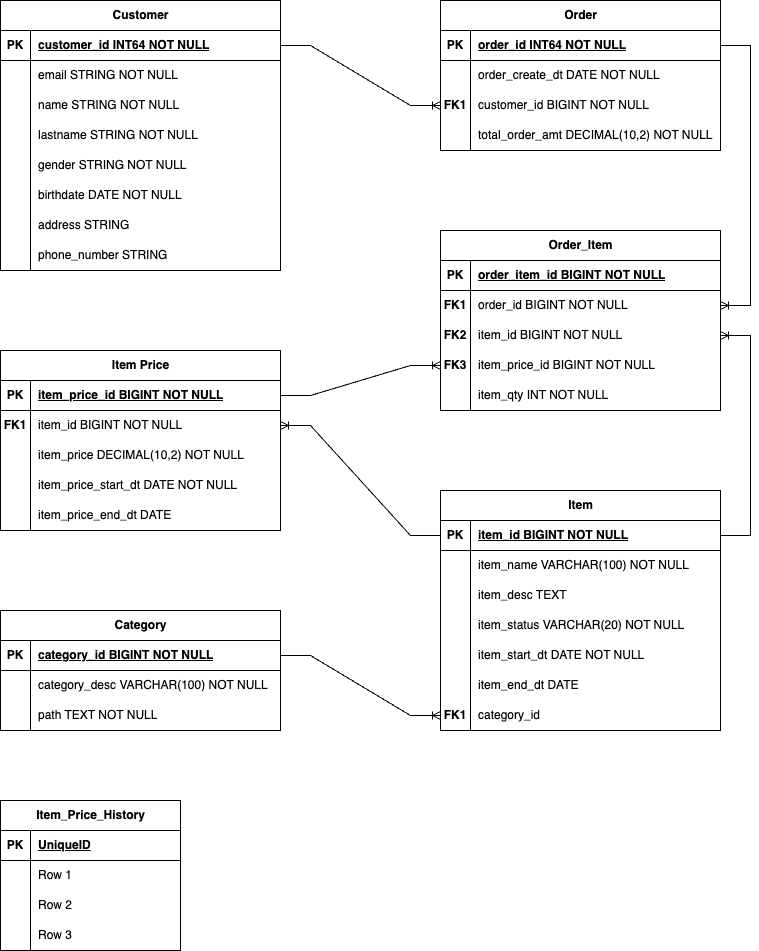
The draw.io diagram der_flujo_compras.drawio.png in NicOliveto/challenge_analytics_engineer_sql, before a commit. Source tidied: cells renumbered, new cells last; positions are measured from the earlier drawing's top-left corner, leaving out a move shared by most shapes.
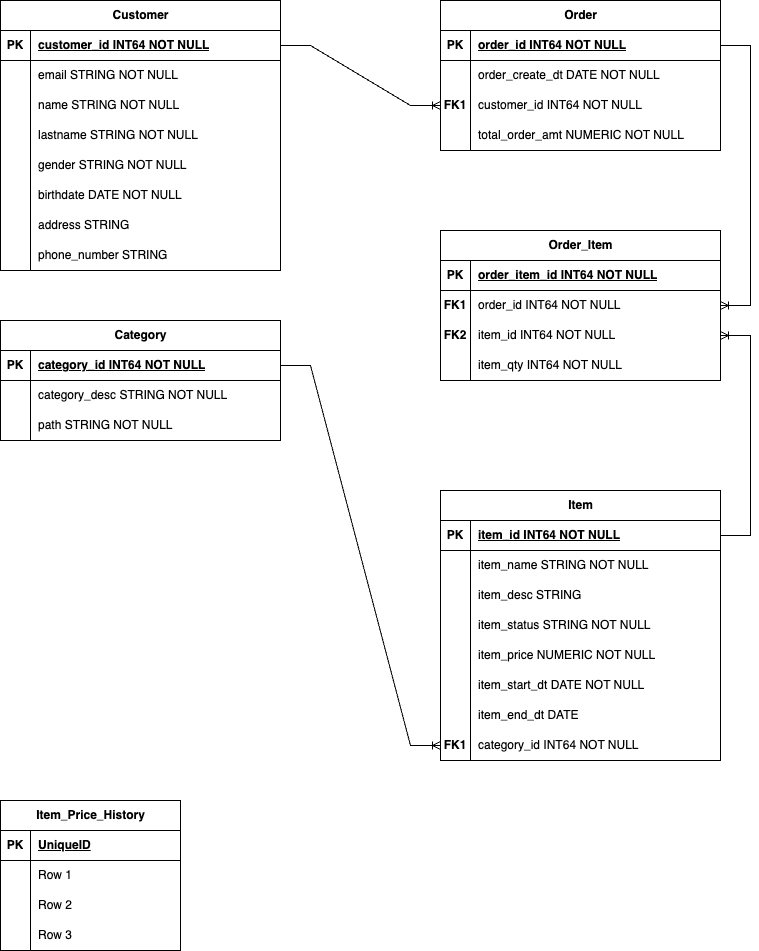
After the change.

Diff of the diagram source:
```diff
@@ -80,3 +80,3 @@
     <mxCell id="27" value="Item" style="shape=table;startSize=30;rowLines=0;fontStyle=1;align=center;html=1;" parent="1" vertex="1">
-      <mxGeometry x="440" y="490" width="280" height="240" as="geometry" />
+      <mxGeometry x="440" y="490" width="280" height="270" as="geometry" />
     </mxCell>
@@ -88,3 +88,3 @@
     </mxCell>
-    <mxCell id="30" value="item_id BIGINT NOT NULL" style="shape=partialRectangle;fillColor=none;top=0;left=0;bottom=0;right=0;align=left;spacingLeft=6;fontStyle=5;overflow=hidden;whiteSpace=wrap;html=1;" parent="28" vertex="1">
+    <mxCell id="30" value="item_id INT64 NOT NULL" style="shape=partialRectangle;fillColor=none;top=0;left=0;bottom=0;right=0;align=left;spacingLeft=6;fontStyle=5;overflow=hidden;whiteSpace=wrap;html=1;" parent="28" vertex="1">
       <mxGeometry x="30" width="250" height="30" as="geometry" />
@@ -97,3 +97,3 @@
     </mxCell>
-    <mxCell id="33" value="item_name VARCHAR(100) NOT NULL" style="shape=partialRectangle;fillColor=none;top=0;left=0;bottom=0;right=0;align=left;spacingLeft=6;overflow=hidden;whiteSpace=wrap;html=1;" parent="31" vertex="1">
+    <mxCell id="33" value="item_name STRING NOT NULL" style="shape=partialRectangle;fillColor=none;top=0;left=0;bottom=0;right=0;align=left;spacingLeft=6;overflow=hidden;whiteSpace=wrap;html=1;" parent="31" vertex="1">
       <mxGeometry x="30" width="250" height="30" as="geometry" />
@@ -106,3 +106,3 @@
     </mxCell>
-    <mxCell id="36" value="item_desc TEXT&amp;nbsp;" style="shape=partialRectangle;fillColor=none;top=0;left=0;bottom=0;right=0;align=left;spacingLeft=6;overflow=hidden;whiteSpace=wrap;html=1;" parent="34" vertex="1">
+    <mxCell id="36" value="item_desc STRING&amp;nbsp;" style="shape=partialRectangle;fillColor=none;top=0;left=0;bottom=0;right=0;align=left;spacingLeft=6;overflow=hidden;whiteSpace=wrap;html=1;" parent="34" vertex="1">
       <mxGeometry x="30" width="250" height="30" as="geometry" />
@@ -115,7 +115,16 @@
     </mxCell>
-    <mxCell id="39" value="item_status VARCHAR(20) NOT NULL" style="shape=partialRectangle;fillColor=none;top=0;left=0;bottom=0;right=0;align=left;spacingLeft=6;overflow=hidden;whiteSpace=wrap;html=1;" parent="37" vertex="1">
+    <mxCell id="39" value="item_status STRING NOT NULL" style="shape=partialRectangle;fillColor=none;top=0;left=0;bottom=0;right=0;align=left;spacingLeft=6;overflow=hidden;whiteSpace=wrap;html=1;" parent="37" vertex="1">
       <mxGeometry x="30" width="250" height="30" as="geometry" />
     </mxCell>
+    <mxCell id="101" style="shape=tableRow;horizontal=0;startSize=0;swimlaneHead=0;swimlaneBody=0;fillColor=none;top=0;left=0;right=0;bottom=0;" parent="27" vertex="1">
+      <mxGeometry y="150" width="280" height="30" as="geometry" />
+    </mxCell>
+    <mxCell id="123" style="shape=partialRectangle;fillColor=none;top=0;left=0;bottom=0;right=0;overflow=hidden;whiteSpace=wrap;html=1;" parent="101" vertex="1">
+      <mxGeometry width="30" height="30" as="geometry" />
+    </mxCell>
+    <mxCell id="124" value="item_price NUMERIC NOT NULL" style="shape=partialRectangle;fillColor=none;top=0;left=0;bottom=0;right=0;align=left;spacingLeft=6;overflow=hidden;whiteSpace=wrap;html=1;" parent="101" vertex="1">
+      <mxGeometry x="30" width="250" height="30" as="geometry" />
+    </mxCell>
     <mxCell id="40" style="shape=tableRow;horizontal=0;startSize=0;swimlaneHead=0;swimlaneBody=0;fillColor=none;top=0;left=0;right=0;bottom=0;" parent="27" vertex="1">
-      <mxGeometry y="150" width="280" height="30" as="geometry" />
+      <mxGeometry y="180" width="280" height="30" as="geometry" />
     </mxCell>
@@ -128,3 +137,3 @@
     <mxCell id="43" style="shape=tableRow;horizontal=0;startSize=0;swimlaneHead=0;swimlaneBody=0;fillColor=none;top=0;left=0;right=0;bottom=0;" parent="27" vertex="1">
-      <mxGeometry y="180" width="280" height="30" as="geometry" />
+      <mxGeometry y="210" width="280" height="30" as="geometry" />
     </mxCell>
@@ -137,3 +146,3 @@
     <mxCell id="46" style="shape=tableRow;horizontal=0;startSize=0;swimlaneHead=0;swimlaneBody=0;fillColor=none;points=[[0,0.5],[1,0.5]];portConstraint=eastwest;top=0;left=0;right=0;bottom=0;" parent="27" vertex="1">
-      <mxGeometry y="210" width="280" height="30" as="geometry" />
+      <mxGeometry y="240" width="280" height="30" as="geometry" />
     </mxCell>
@@ -142,3 +151,3 @@
     </mxCell>
-    <mxCell id="48" value="category_id" style="shape=partialRectangle;fillColor=none;top=0;left=0;bottom=0;right=0;align=left;spacingLeft=6;overflow=hidden;whiteSpace=wrap;html=1;" parent="46" vertex="1">
+    <mxCell id="48" value="category_id INT64 NOT NULL" style="shape=partialRectangle;fillColor=none;top=0;left=0;bottom=0;right=0;align=left;spacingLeft=6;overflow=hidden;whiteSpace=wrap;html=1;" parent="46" vertex="1">
       <mxGeometry x="30" width="250" height="30" as="geometry" />
@@ -146,3 +155,3 @@
     <mxCell id="49" value="Category" style="shape=table;startSize=30;rowLines=0;fontStyle=1;align=center;html=1;" parent="1" vertex="1">
-      <mxGeometry y="610" width="280" height="120" as="geometry" />
+      <mxGeometry y="320" width="280" height="120" as="geometry" />
     </mxCell>
@@ -154,3 +163,3 @@
     </mxCell>
-    <mxCell id="52" value="category_id BIGINT NOT NULL" style="shape=partialRectangle;fillColor=none;top=0;left=0;bottom=0;right=0;align=left;spacingLeft=6;fontStyle=5;overflow=hidden;whiteSpace=wrap;html=1;" parent="50" vertex="1">
+    <mxCell id="52" value="category_id INT64 NOT NULL" style="shape=partialRectangle;fillColor=none;top=0;left=0;bottom=0;right=0;align=left;spacingLeft=6;fontStyle=5;overflow=hidden;whiteSpace=wrap;html=1;" parent="50" vertex="1">
       <mxGeometry x="30" width="250" height="30" as="geometry" />
@@ -163,3 +172,3 @@
     </mxCell>
-    <mxCell id="55" value="category_desc VARCHAR(100) NOT NULL" style="shape=partialRectangle;fillColor=none;top=0;left=0;bottom=0;right=0;align=left;spacingLeft=6;overflow=hidden;whiteSpace=wrap;html=1;" parent="53" vertex="1">
+    <mxCell id="55" value="category_desc STRING NOT NULL" style="shape=partialRectangle;fillColor=none;top=0;left=0;bottom=0;right=0;align=left;spacingLeft=6;overflow=hidden;whiteSpace=wrap;html=1;" parent="53" vertex="1">
       <mxGeometry x="30" width="250" height="30" as="geometry" />
@@ -172,3 +181,3 @@
     </mxCell>
-    <mxCell id="58" value="path TEXT NOT NULL" style="shape=partialRectangle;fillColor=none;top=0;left=0;bottom=0;right=0;align=left;spacingLeft=6;overflow=hidden;whiteSpace=wrap;html=1;" parent="56" vertex="1">
+    <mxCell id="58" value="path STRING NOT NULL" style="shape=partialRectangle;fillColor=none;top=0;left=0;bottom=0;right=0;align=left;spacingLeft=6;overflow=hidden;whiteSpace=wrap;html=1;" parent="56" vertex="1">
       <mxGeometry x="30" width="250" height="30" as="geometry" />
@@ -202,3 +211,3 @@
     </mxCell>
-    <mxCell id="68" value="customer_id BIGINT NOT NULL" style="shape=partialRectangle;fillColor=none;top=0;left=0;bottom=0;right=0;align=left;spacingLeft=6;overflow=hidden;whiteSpace=wrap;html=1;" parent="66" vertex="1">
+    <mxCell id="68" value="customer_id INT64 NOT NULL" style="shape=partialRectangle;fillColor=none;top=0;left=0;bottom=0;right=0;align=left;spacingLeft=6;overflow=hidden;whiteSpace=wrap;html=1;" parent="66" vertex="1">
       <mxGeometry x="30" width="250" height="30" as="geometry" />
@@ -211,3 +220,3 @@
     </mxCell>
-    <mxCell id="71" value="total_order_amt DECIMAL(10,2) NOT NULL" style="shape=partialRectangle;fillColor=none;top=0;left=0;bottom=0;right=0;align=left;spacingLeft=6;overflow=hidden;whiteSpace=wrap;html=1;" parent="69" vertex="1">
+    <mxCell id="71" value="total_order_amt NUMERIC NOT NULL" style="shape=partialRectangle;fillColor=none;top=0;left=0;bottom=0;right=0;align=left;spacingLeft=6;overflow=hidden;whiteSpace=wrap;html=1;" parent="69" vertex="1">
       <mxGeometry x="30" width="250" height="30" as="geometry" />
@@ -215,3 +224,3 @@
     <mxCell id="72" value="Order_Item" style="shape=table;startSize=30;rowLines=0;fontStyle=1;align=center;html=1;" parent="1" vertex="1">
-      <mxGeometry x="440" y="230" width="280" height="180" as="geometry" />
+      <mxGeometry x="440" y="230" width="280" height="150" as="geometry" />
     </mxCell>
@@ -223,3 +232,3 @@
     </mxCell>
-    <mxCell id="75" value="order_item_id BIGINT NOT NULL" style="shape=partialRectangle;fillColor=none;top=0;left=0;bottom=0;right=0;align=left;spacingLeft=6;fontStyle=5;overflow=hidden;whiteSpace=wrap;html=1;" parent="73" vertex="1">
+    <mxCell id="75" value="order_item_id INT64 NOT NULL" style="shape=partialRectangle;fillColor=none;top=0;left=0;bottom=0;right=0;align=left;spacingLeft=6;fontStyle=5;overflow=hidden;whiteSpace=wrap;html=1;" parent="73" vertex="1">
       <mxGeometry x="30" width="250" height="30" as="geometry" />
@@ -232,3 +241,3 @@
     </mxCell>
-    <mxCell id="78" value="order_id BIGINT NOT NULL" style="shape=partialRectangle;fillColor=none;top=0;left=0;bottom=0;right=0;align=left;spacingLeft=6;overflow=hidden;whiteSpace=wrap;html=1;" parent="76" vertex="1">
+    <mxCell id="78" value="order_id INT64 NOT NULL" style="shape=partialRectangle;fillColor=none;top=0;left=0;bottom=0;right=0;align=left;spacingLeft=6;overflow=hidden;whiteSpace=wrap;html=1;" parent="76" vertex="1">
       <mxGeometry x="30" width="250" height="30" as="geometry" />
@@ -241,16 +250,7 @@
     </mxCell>
-    <mxCell id="81" value="item_id BIGINT NOT NULL" style="shape=partialRectangle;fillColor=none;top=0;left=0;bottom=0;right=0;align=left;spacingLeft=6;overflow=hidden;whiteSpace=wrap;html=1;" parent="79" vertex="1">
+    <mxCell id="81" value="item_id INT64 NOT NULL" style="shape=partialRectangle;fillColor=none;top=0;left=0;bottom=0;right=0;align=left;spacingLeft=6;overflow=hidden;whiteSpace=wrap;html=1;" parent="79" vertex="1">
       <mxGeometry x="30" width="250" height="30" as="geometry" />
     </mxCell>
-    <mxCell id="82" style="shape=tableRow;horizontal=0;startSize=0;swimlaneHead=0;swimlaneBody=0;fillColor=none;points=[[0,0.5],[1,0.5]];portConstraint=eastwest;top=0;left=0;right=0;bottom=0;" parent="72" vertex="1">
-      <mxGeometry y="120" width="280" height="30" as="geometry" />
-    </mxCell>
-    <mxCell id="83" value="&lt;b&gt;FK3&lt;/b&gt;" style="shape=partialRectangle;fillColor=none;top=0;left=0;bottom=0;right=0;overflow=hidden;whiteSpace=wrap;html=1;" parent="82" vertex="1">
-      <mxGeometry width="30" height="30" as="geometry" />
-    </mxCell>
-    <mxCell id="84" value="item_price_id BIGINT NOT NULL" style="shape=partialRectangle;fillColor=none;top=0;left=0;bottom=0;right=0;align=left;spacingLeft=6;overflow=hidden;whiteSpace=wrap;html=1;" parent="82" vertex="1">
-      <mxGeometry x="30" width="250" height="30" as="geometry" />
-    </mxCell>
     <mxCell id="85" style="shape=tableRow;horizontal=0;startSize=0;swimlaneHead=0;swimlaneBody=0;fillColor=none;top=0;left=0;right=0;bottom=0;" parent="72" vertex="1">
-      <mxGeometry y="150" width="280" height="30" as="geometry" />
+      <mxGeometry y="120" width="280" height="30" as="geometry" />
     </mxCell>
@@ -259,56 +259,5 @@
     </mxCell>
-    <mxCell id="87" value="item_qty INT NOT NULL" style="shape=partialRectangle;fillColor=none;top=0;left=0;bottom=0;right=0;align=left;spacingLeft=6;overflow=hidden;whiteSpace=wrap;html=1;" parent="85" vertex="1">
+    <mxCell id="87" value="item_qty INT64 NOT NULL" style="shape=partialRectangle;fillColor=none;top=0;left=0;bottom=0;right=0;align=left;spacingLeft=6;overflow=hidden;whiteSpace=wrap;html=1;" parent="85" vertex="1">
       <mxGeometry x="30" width="250" height="30" as="geometry" />
     </mxCell>
-    <mxCell id="88" value="Item Price" style="shape=table;startSize=30;rowLines=0;fontStyle=1;align=center;html=1;" parent="1" vertex="1">
-      <mxGeometry y="350" width="280" height="180" as="geometry" />
-    </mxCell>
-    <mxCell id="89" style="shape=tableRow;horizontal=0;startSize=0;swimlaneHead=0;swimlaneBody=0;fillColor=none;points=[[0,0.5],[1,0.5]];portConstraint=eastwest;top=0;left=0;right=0;bottom=1;" parent="88" vertex="1">
-      <mxGeometry y="30" width="280" height="30" as="geometry" />
-    </mxCell>
-    <mxCell id="90" value="PK" style="shape=partialRectangle;fillColor=none;top=0;left=0;bottom=0;right=0;fontStyle=1;overflow=hidden;whiteSpace=wrap;html=1;" parent="89" vertex="1">
-      <mxGeometry width="30" height="30" as="geometry" />
-    </mxCell>
-    <mxCell id="91" value="item_price_id BIGINT NOT NULL" style="shape=partialRectangle;fillColor=none;top=0;left=0;bottom=0;right=0;align=left;spacingLeft=6;fontStyle=5;overflow=hidden;whiteSpace=wrap;html=1;" parent="89" vertex="1">
-      <mxGeometry x="30" width="250" height="30" as="geometry" />
-    </mxCell>
-    <mxCell id="92" style="shape=tableRow;horizontal=0;startSize=0;swimlaneHead=0;swimlaneBody=0;fillColor=none;points=[[0,0.5],[1,0.5]];portConstraint=eastwest;top=0;left=0;right=0;bottom=0;" parent="88" vertex="1">
-      <mxGeometry y="60" width="280" height="30" as="geometry" />
-    </mxCell>
-    <mxCell id="93" value="&lt;b&gt;FK1&lt;/b&gt;" style="shape=partialRectangle;fillColor=none;top=0;left=0;bottom=0;right=0;overflow=hidden;whiteSpace=wrap;html=1;" parent="92" vertex="1">
-      <mxGeometry width="30" height="30" as="geometry" />
-    </mxCell>
-    <mxCell id="94" value="item_id BIGINT NOT NULL" style="shape=partialRectangle;fillColor=none;top=0;left=0;bottom=0;right=0;align=left;spacingLeft=6;overflow=hidden;whiteSpace=wrap;html=1;" parent="92" vertex="1">
-      <mxGeometry x="30" width="250" height="30" as="geometry" />
-    </mxCell>
-    <mxCell id="95" style="shape=tableRow;horizontal=0;startSize=0;swimlaneHead=0;swimlaneBody=0;fillColor=none;top=0;left=0;right=0;bottom=0;" parent="88" vertex="1">
-      <mxGeometry y="90" width="280" height="30" as="geometry" />
-    </mxCell>
-    <mxCell id="96" style="shape=partialRectangle;fillColor=none;top=0;left=0;bottom=0;right=0;overflow=hidden;whiteSpace=wrap;html=1;" parent="95" vertex="1">
-      <mxGeometry width="30" height="30" as="geometry" />
-    </mxCell>
-    <mxCell id="97" value="item_price DECIMAL(10,2) NOT NULL" style="shape=partialRectangle;fillColor=none;top=0;left=0;bottom=0;right=0;align=left;spacingLeft=6;overflow=hidden;whiteSpace=wrap;html=1;" parent="95" vertex="1">
-      <mxGeometry x="30" width="250" height="30" as="geometry" />
-    </mxCell>
-    <mxCell id="98" style="shape=tableRow;horizontal=0;startSize=0;swimlaneHead=0;swimlaneBody=0;fillColor=none;top=0;left=0;right=0;bottom=0;" parent="88" vertex="1">
-      <mxGeometry y="120" width="280" height="30" as="geometry" />
-    </mxCell>
-    <mxCell id="99" style="shape=partialRectangle;fillColor=none;top=0;left=0;bottom=0;right=0;overflow=hidden;whiteSpace=wrap;html=1;" parent="98" vertex="1">
-      <mxGeometry width="30" height="30" as="geometry" />
-    </mxCell>
-    <mxCell id="100" value="item_price_start_dt&amp;nbsp;&lt;span style=&quot;background-color: transparent; color: light-dark(rgb(0, 0, 0), rgb(255, 255, 255));&quot;&gt;DATE NOT NULL&lt;/span&gt;" style="shape=partialRectangle;fillColor=none;top=0;left=0;bottom=0;right=0;align=left;spacingLeft=6;overflow=hidden;whiteSpace=wrap;html=1;" parent="98" vertex="1">
-      <mxGeometry x="30" width="250" height="30" as="geometry" />
-    </mxCell>
-    <mxCell id="101" style="shape=tableRow;horizontal=0;startSize=0;swimlaneHead=0;swimlaneBody=0;fillColor=none;top=0;left=0;right=0;bottom=0;" parent="88" vertex="1">
-      <mxGeometry y="150" width="280" height="30" as="geometry" />
-    </mxCell>
-    <mxCell id="102" style="shape=partialRectangle;fillColor=none;top=0;left=0;bottom=0;right=0;overflow=hidden;whiteSpace=wrap;html=1;" parent="101" vertex="1">
-      <mxGeometry width="30" height="30" as="geometry" />
-    </mxCell>
-    <mxCell id="103" value="item_price_end_dt DATE" style="shape=partialRectangle;fillColor=none;top=0;left=0;bottom=0;right=0;align=left;spacingLeft=6;overflow=hidden;whiteSpace=wrap;html=1;" parent="101" vertex="1">
-      <mxGeometry x="30" width="250" height="30" as="geometry" />
-    </mxCell>
-    <mxCell id="104" style="edgeStyle=entityRelationEdgeStyle;fontSize=12;html=1;endArrow=ERoneToMany;rounded=0;" parent="1" edge="1" source="28" target="92">
-      <mxGeometry relative="1" as="geometry" />
-    </mxCell>
     <mxCell id="105" style="edgeStyle=entityRelationEdgeStyle;fontSize=12;html=1;endArrow=ERoneToMany;rounded=0;" parent="1" edge="1" source="50" target="46">
@@ -325,5 +274,2 @@
     </mxCell>
-    <mxCell id="109" style="edgeStyle=entityRelationEdgeStyle;fontSize=12;html=1;endArrow=ERoneToMany;rounded=0;" parent="1" edge="1" source="89" target="82">
-      <mxGeometry relative="1" as="geometry" />
-    </mxCell>
     <mxCell id="110" value="Item_Price_History" style="shape=table;startSize=30;rowLines=0;fontStyle=1;align=center;html=1;" parent="1" vertex="1">
```
